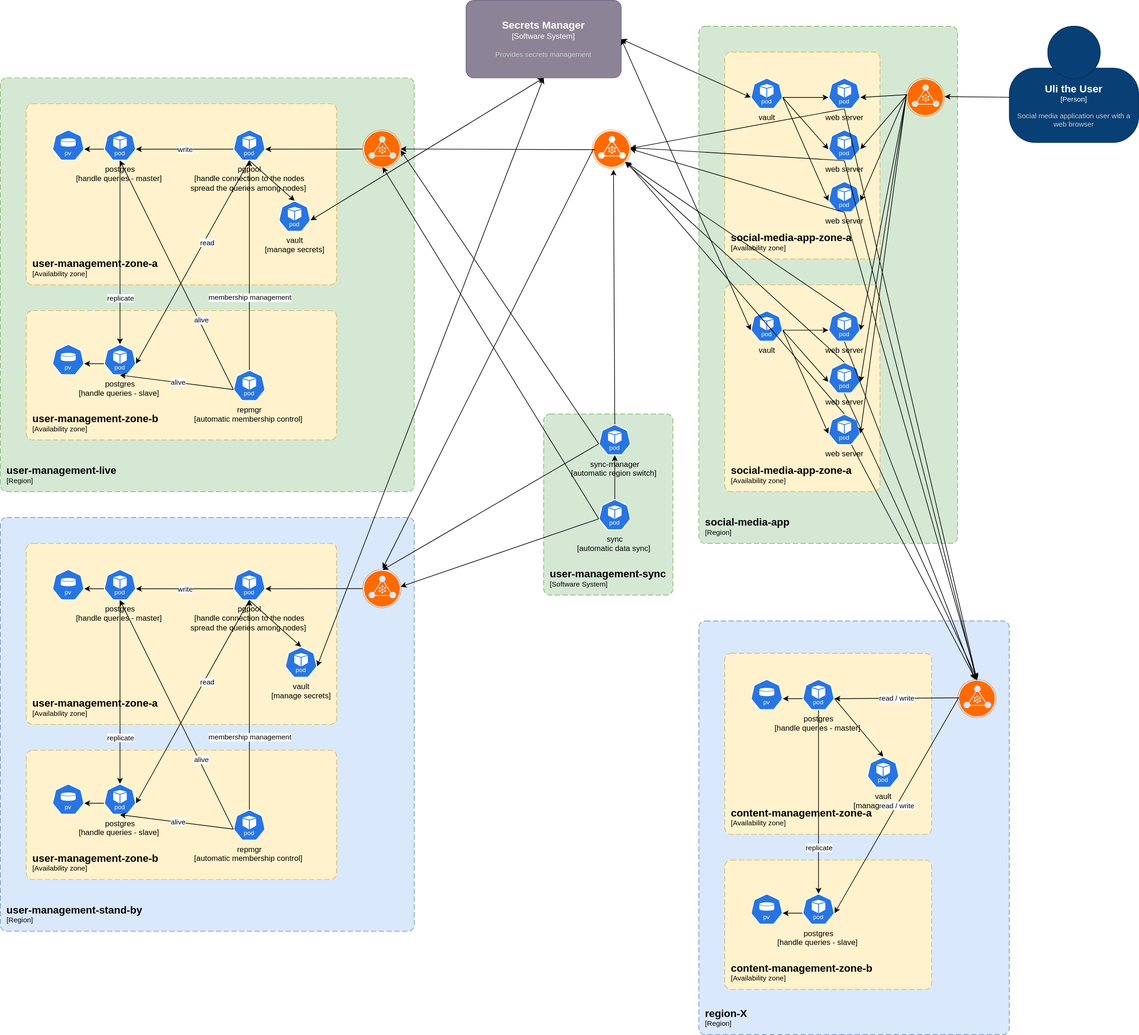
Above: docs/diagrams/deployment-diagram.drawio.svg in andrei-gavrila/DDB (draw.io), before the change. Source tidied: cells renumbered, new cells last; positions are measured from the earlier drawing's top-left corner, leaving out a move shared by most shapes.
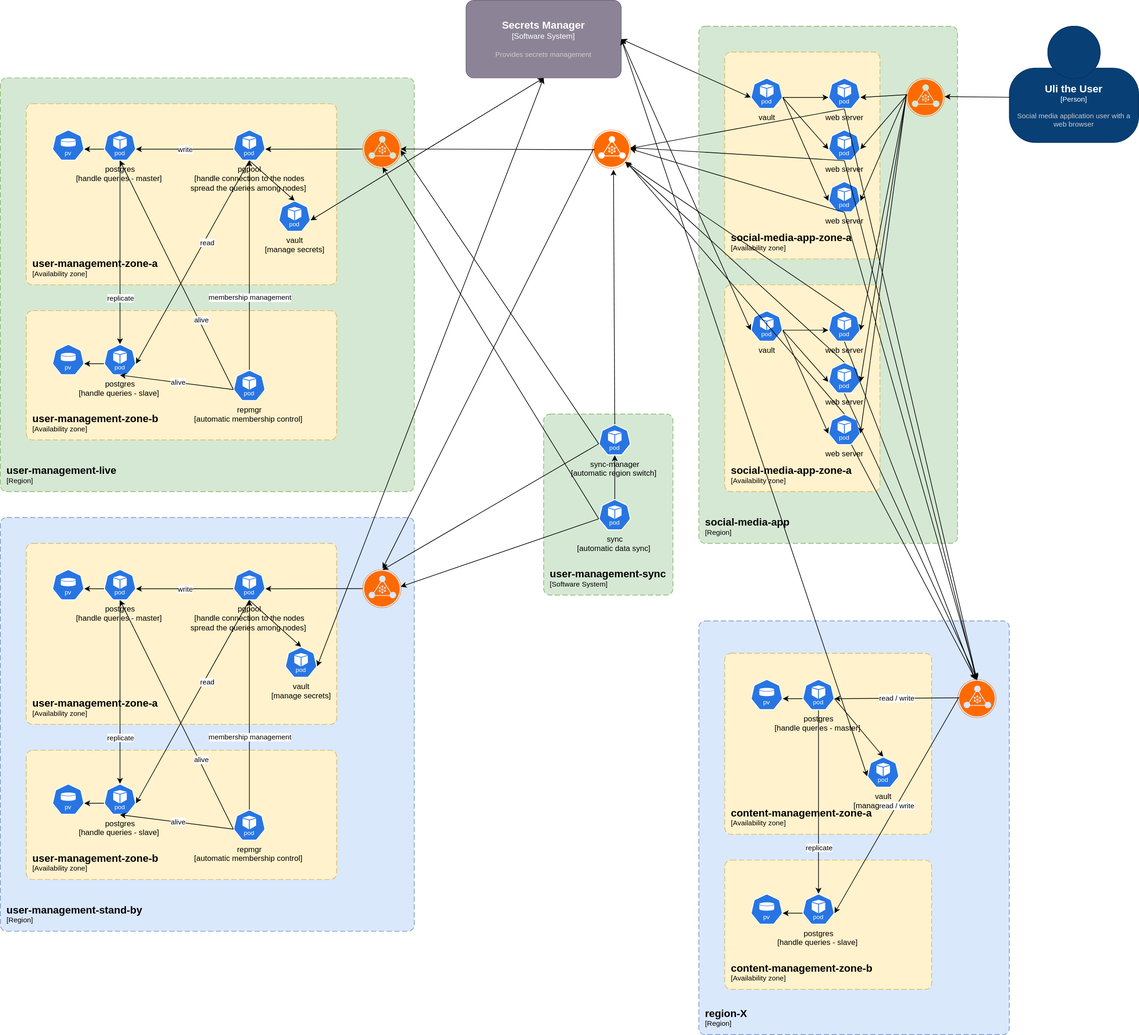
The same file after the commit.

Commit message:
chore: add vault connection

The edit, as a diff of the source:
```diff
@@ -433,5 +433,8 @@
     <mxCell id="128" style="endArrow=classic;html=1;rounded=0;exitX=0.5;exitY=1;exitDx=0;exitDy=0;exitPerimeter=0;entryX=0.5;entryY=0.033;entryDx=0;entryDy=0;entryPerimeter=0;" parent="1" edge="1" source="77" target="112">
       <mxGeometry relative="1" as="geometry" />
     </mxCell>
+    <mxCell id="129" style="endArrow=classic;startArrow=classic;html=1;rounded=0;entryX=1;entryY=0.5;entryDx=0;entryDy=0;entryPerimeter=0;exitX=0.005;exitY=0.63;exitDx=0;exitDy=0;exitPerimeter=0;" parent="1" edge="1" source="119" target="71">
+      <mxGeometry relative="1" as="geometry" />
+    </mxCell>
   </root>
 </mxGraphModel>
```
